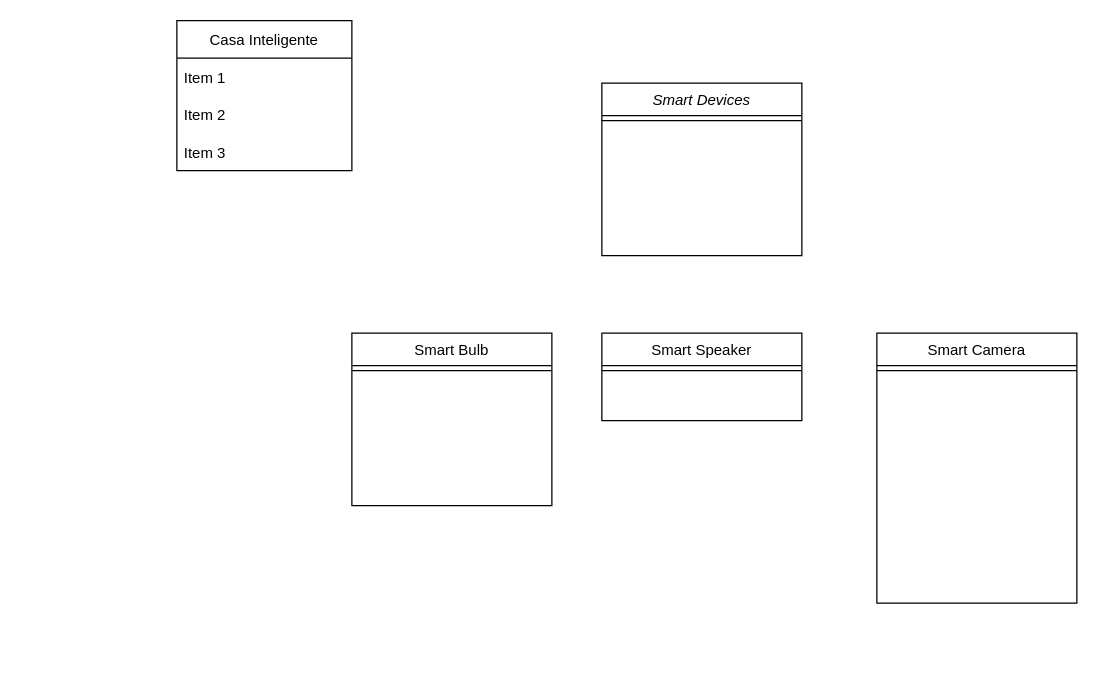
This is Untitled Diagram.drawio from joaofaria19/POO, a draw.io file, before an edit. Source tidied: cells renumbered, new cells numbered last; positions are measured from the earlier drawing's top-left corner, leaving out a move shared by most shapes. Both pictures are drawn from the tidied source at 125%, with x=0, y=0 at pixel (176, 20).
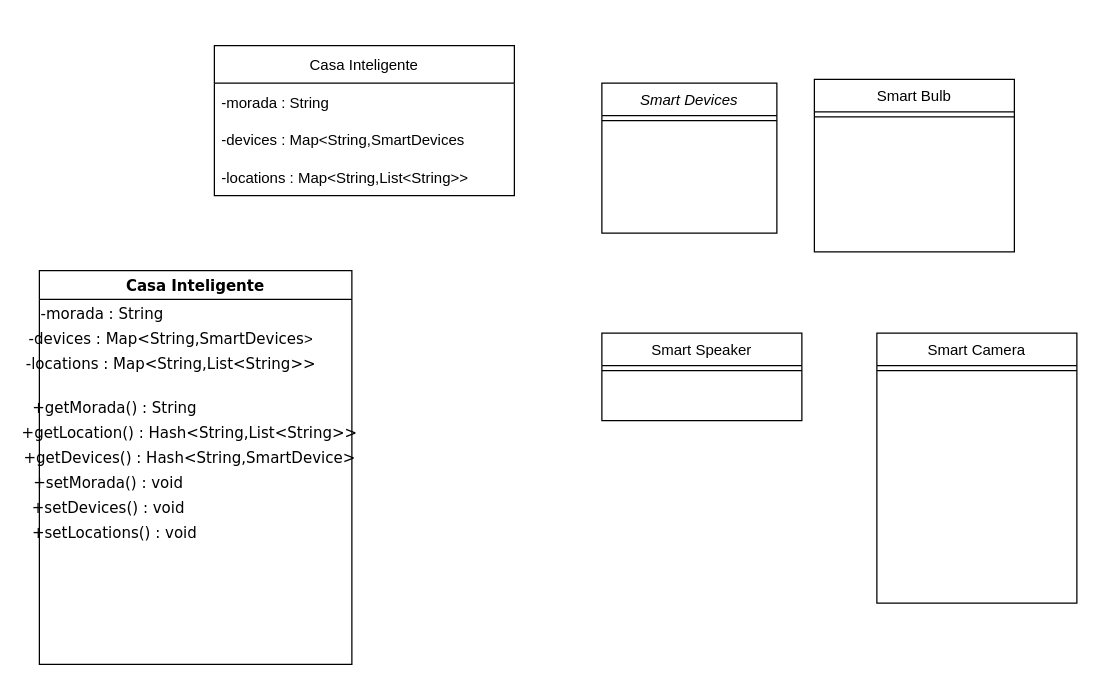
The same diagram, later.

The edit, as a diff of the source:
```diff
@@
     <mxCell id="2" value="Smart Devices" style="swimlane;fontStyle=2;align=center;verticalAlign=top;horizontal=1;startSize=26;rounded=0;shadow=0;strokeWidth=1;" parent="1" vertex="1">
-      <mxGeometry x="340" y="50" width="160" height="138" as="geometry" />
+      <mxGeometry x="340" y="50" width="140" height="120" as="geometry" />
     </mxCell>
     <mxCell id="3" style="line;html=1;strokeWidth=1;align=left;verticalAlign=middle;spacingTop=-1;spacingLeft=3;spacingRight=3;labelPosition=right;" parent="2" vertex="1">
-      <mxGeometry y="26" width="160" height="8" as="geometry" />
+      <mxGeometry y="26" width="140" height="8" as="geometry" />
     </mxCell>
     <mxCell id="4" value="Smart Bulb" style="swimlane;fontStyle=0;align=center;verticalAlign=top;horizontal=1;startSize=26;rounded=0;shadow=0;strokeWidth=1;" parent="1" vertex="1">
-      <mxGeometry x="140" y="250" width="160" height="138" as="geometry" />
+      <mxGeometry x="510" y="47" width="160" height="138" as="geometry" />
     </mxCell>
@@
     <mxCell id="10" value="Casa Inteligente" style="swimlane;fontStyle=0;horizontal=1;startSize=30;" parent="1" vertex="1">
-      <mxGeometry width="140" height="120" as="geometry" />
+      <mxGeometry x="30" y="20" width="240" height="120" as="geometry" />
     </mxCell>
-    <mxCell id="11" value="Item 1" style="text;strokeColor=none;fillColor=none;align=left;verticalAlign=middle;spacingLeft=4;spacingRight=4;overflow=hidden;" parent="10" vertex="1">
-      <mxGeometry y="30" width="140" height="30" as="geometry" />
-    </mxCell>
-    <mxCell id="12" value="Item 2" style="text;strokeColor=none;fillColor=none;align=left;verticalAlign=middle;spacingLeft=4;spacingRight=4;overflow=hidden;" parent="10" vertex="1">
-      <mxGeometry y="60" width="140" height="30" as="geometry" />
-    </mxCell>
-    <mxCell id="13" value="Item 3" style="text;strokeColor=none;fillColor=none;align=left;verticalAlign=middle;spacingLeft=4;spacingRight=4;overflow=hidden;" parent="10" vertex="1">
-      <mxGeometry y="90" width="140" height="30" as="geometry" />
-    </mxCell>
+    <mxCell id="14" value="-morada : String" style="text;strokeColor=none;fillColor=none;align=left;verticalAlign=middle;spacingLeft=4;spacingRight=4;overflow=hidden;" parent="10" vertex="1">
+      <mxGeometry y="30" width="240" height="30" as="geometry" />
+    </mxCell>
+    <mxCell id="15" value="-devices : Map&lt;String,SmartDevices" style="text;strokeColor=none;fillColor=none;align=left;verticalAlign=middle;spacingLeft=4;spacingRight=4;overflow=hidden;" parent="10" vertex="1">
+      <mxGeometry y="60" width="240" height="30" as="geometry" />
+    </mxCell>
+    <mxCell id="16" value="-locations : Map&lt;String,List&lt;String&gt;&gt;" style="text;strokeColor=none;fillColor=none;align=left;verticalAlign=middle;spacingLeft=4;spacingRight=4;overflow=hidden;" parent="10" vertex="1">
+      <mxGeometry y="90" width="240" height="30" as="geometry" />
+    </mxCell>
+    <mxCell id="17" value="Casa Inteligente" style="swimlane;fontFamily=Verdana;" parent="1" vertex="1">
+      <mxGeometry x="-110" y="200" width="250" height="315" as="geometry" />
+    </mxCell>
+    <mxCell id="18" value="&lt;font face=&quot;Verdana&quot;&gt;-locations : Map&amp;lt;String,List&amp;lt;String&amp;gt;&amp;gt;&lt;/font&gt;" style="text;html=1;align=center;verticalAlign=middle;strokeColor=none;fillColor=none;" parent="17" vertex="1">
+      <mxGeometry x="-5" y="65" width="220" height="20" as="geometry" />
+    </mxCell>
+    <mxCell id="19" value="&lt;font face=&quot;Verdana&quot;&gt;-devices : Map&amp;lt;String,SmartDevices&lt;/font&gt;&amp;gt;" style="text;html=1;align=center;verticalAlign=middle;strokeColor=none;fillColor=none;" parent="17" vertex="1">
+      <mxGeometry x="-5" y="45" width="220" height="20" as="geometry" />
+    </mxCell>
+    <mxCell id="20" value="&lt;font face=&quot;Verdana&quot;&gt;-morada : String&lt;/font&gt;" style="text;html=1;align=center;verticalAlign=middle;strokeColor=none;fillColor=none;" parent="17" vertex="1">
+      <mxGeometry x="-5" y="25" width="110" height="20" as="geometry" />
+    </mxCell>
+    <mxCell id="21" value="+getMorada() : String" style="text;html=1;align=center;verticalAlign=middle;strokeColor=none;fillColor=none;fontFamily=Verdana;" parent="17" vertex="1">
+      <mxGeometry x="-5" y="100" width="130" height="20" as="geometry" />
+    </mxCell>
+    <mxCell id="22" value="+getLocation() : Hash&amp;lt;String,List&amp;lt;String&amp;gt;&amp;gt;" style="text;html=1;align=center;verticalAlign=middle;strokeColor=none;fillColor=none;fontFamily=Verdana;" parent="17" vertex="1">
+      <mxGeometry x="-5" y="120" width="250" height="20" as="geometry" />
+    </mxCell>
+    <mxCell id="23" value="+getDevices() : Hash&amp;lt;String,SmartDevice&amp;gt;" style="text;html=1;align=center;verticalAlign=middle;strokeColor=none;fillColor=none;fontFamily=Verdana;" parent="17" vertex="1">
+      <mxGeometry x="-5" y="140" width="250" height="20" as="geometry" />
+    </mxCell>
+    <mxCell id="24" value="+setMorada() : void" style="text;html=1;align=center;verticalAlign=middle;strokeColor=none;fillColor=none;fontFamily=Verdana;" parent="17" vertex="1">
+      <mxGeometry x="-5" y="160" width="120" height="20" as="geometry" />
+    </mxCell>
+    <mxCell id="25" value="+setDevices() : void" style="text;html=1;align=center;verticalAlign=middle;strokeColor=none;fillColor=none;fontFamily=Verdana;" parent="17" vertex="1">
+      <mxGeometry x="-5" y="180" width="120" height="20" as="geometry" />
+    </mxCell>
+    <mxCell id="26" value="+setLocations() : void" style="text;html=1;align=center;verticalAlign=middle;strokeColor=none;fillColor=none;fontFamily=Verdana;" parent="17" vertex="1">
+      <mxGeometry x="-5" y="200" width="130" height="20" as="geometry" />
+    </mxCell>
```
